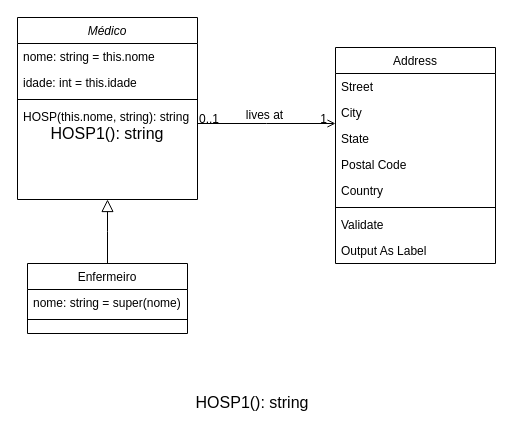
This is Hospital Center.drawio from Italo-SS-95/Grau-T-cnico-INF-07, a draw.io file, before an edit. Source tidied: cells renumbered, new cells numbered last; positions are measured from the earlier drawing's top-left corner, leaving out a move shared by most shapes. Both pictures are drawn from the tidied source at 100%, with x=0, y=0 at pixel (17, 17).
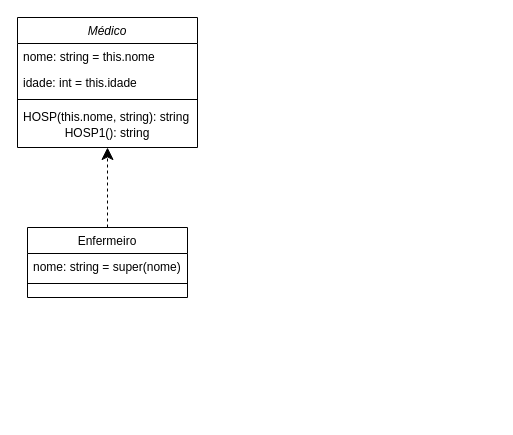
The same page after the edit.

The edit, as a diff of the source:
```diff
@@
     <mxCell id="2" value="Médico" style="swimlane;fontStyle=2;align=center;verticalAlign=top;horizontal=1;startSize=26;rounded=0;shadow=0;strokeWidth=1;" parent="1" vertex="1">
-      <mxGeometry width="180" height="182" as="geometry" />
+      <mxGeometry width="180" height="130" as="geometry" />
     </mxCell>
@@
-    <mxCell id="7" value="HOSP1(): string" style="text;strokeColor=none;align=center;fillColor=none;html=1;verticalAlign=middle;whiteSpace=wrap;rounded=0;fontSize=16;" parent="2" vertex="1">
+    <mxCell id="7" value="HOSP1(): string" style="text;strokeColor=none;align=center;fillColor=none;html=1;verticalAlign=middle;whiteSpace=wrap;rounded=0;" parent="2" vertex="1">
       <mxGeometry y="112" width="180" height="8" as="geometry" />
     </mxCell>
     <mxCell id="8" value="Enfermeiro" style="swimlane;fontStyle=0;align=center;verticalAlign=top;horizontal=1;startSize=26;rounded=0;shadow=0;strokeWidth=1;" parent="1" vertex="1">
-      <mxGeometry x="10" y="246" width="160" height="70" as="geometry" />
+      <mxGeometry x="10" y="210" width="160" height="70" as="geometry" />
     </mxCell>
@@
-    <mxCell id="11" style="endArrow=block;endSize=10;endFill=0;shadow=0;strokeWidth=1;rounded=0;edgeStyle=elbowEdgeStyle;elbow=vertical;" parent="1" edge="1" source="8" target="2">
+    <mxCell id="11" style="endArrow=classic;endSize=10;endFill=1;shadow=0;strokeWidth=1;rounded=0;edgeStyle=elbowEdgeStyle;elbow=vertical;dashed=1;" parent="1" edge="1" source="8" target="2">
       <mxGeometry relative="1" as="geometry" />
     </mxCell>
-    <mxCell id="12" value="Address" style="swimlane;fontStyle=0;align=center;verticalAlign=top;horizontal=1;startSize=26;rounded=0;shadow=0;strokeWidth=1;" parent="1" vertex="1">
-      <mxGeometry x="318" y="30" width="160" height="216" as="geometry" />
-    </mxCell>
-    <mxCell id="13" value="Street" style="text;align=left;verticalAlign=top;spacingLeft=4;spacingRight=4;overflow=hidden;" parent="12" vertex="1">
-      <mxGeometry y="26" width="160" height="26" as="geometry" />
-    </mxCell>
-    <mxCell id="14" value="City" style="text;align=left;verticalAlign=top;spacingLeft=4;spacingRight=4;overflow=hidden;rounded=0;shadow=0;html=0;" parent="12" vertex="1">
-      <mxGeometry y="52" width="160" height="26" as="geometry" />
-    </mxCell>
-    <mxCell id="15" value="State" style="text;align=left;verticalAlign=top;spacingLeft=4;spacingRight=4;overflow=hidden;rounded=0;shadow=0;html=0;" parent="12" vertex="1">
-      <mxGeometry y="78" width="160" height="26" as="geometry" />
-    </mxCell>
-    <mxCell id="16" value="Postal Code" style="text;align=left;verticalAlign=top;spacingLeft=4;spacingRight=4;overflow=hidden;rounded=0;shadow=0;html=0;" parent="12" vertex="1">
-      <mxGeometry y="104" width="160" height="26" as="geometry" />
-    </mxCell>
-    <mxCell id="17" value="Country" style="text;align=left;verticalAlign=top;spacingLeft=4;spacingRight=4;overflow=hidden;rounded=0;shadow=0;html=0;" parent="12" vertex="1">
-      <mxGeometry y="130" width="160" height="26" as="geometry" />
-    </mxCell>
-    <mxCell id="18" style="line;html=1;strokeWidth=1;align=left;verticalAlign=middle;spacingTop=-1;spacingLeft=3;spacingRight=3;labelPosition=right;" parent="12" vertex="1">
-      <mxGeometry y="156" width="160" height="8" as="geometry" />
-    </mxCell>
-    <mxCell id="19" value="Validate" style="text;align=left;verticalAlign=top;spacingLeft=4;spacingRight=4;overflow=hidden;" parent="12" vertex="1">
-      <mxGeometry y="164" width="160" height="26" as="geometry" />
-    </mxCell>
-    <mxCell id="20" value="Output As Label" style="text;align=left;verticalAlign=top;spacingLeft=4;spacingRight=4;overflow=hidden;" parent="12" vertex="1">
-      <mxGeometry y="190" width="160" height="26" as="geometry" />
-    </mxCell>
-    <mxCell id="21" style="endArrow=open;shadow=0;strokeWidth=1;rounded=0;endFill=1;edgeStyle=elbowEdgeStyle;elbow=vertical;" parent="1" edge="1" source="2" target="12">
-      <mxGeometry x="0.5" y="41" relative="1" as="geometry">
-        <mxPoint x="-40" y="32" as="offset" />
-      </mxGeometry>
-    </mxCell>
-    <mxCell id="22" value="0..1" style="align=left;verticalAlign=bottom;labelBackgroundColor=none;fontSize=12;" parent="21" vertex="1">
-      <mxGeometry x="-1" relative="1" as="geometry">
-        <mxPoint y="4" as="offset" />
-      </mxGeometry>
-    </mxCell>
-    <mxCell id="23" value="1" style="align=right;verticalAlign=bottom;labelBackgroundColor=none;fontSize=12;" parent="21" vertex="1">
-      <mxGeometry x="1" relative="1" as="geometry">
-        <mxPoint x="-7" y="4" as="offset" />
-      </mxGeometry>
-    </mxCell>
-    <mxCell id="24" value="lives at" style="text;html=1;align=center;verticalAlign=middle;labelBackgroundColor=none;rounded=0;shadow=0;strokeWidth=1;fontSize=12;" parent="21" vertex="1">
-      <mxGeometry x="0.5" y="49" relative="1" as="geometry">
-        <mxPoint x="-38" y="40" as="offset" />
-      </mxGeometry>
-    </mxCell>
-    <mxCell id="25" value="HOSP1(): string" style="text;strokeColor=none;align=center;fillColor=none;html=1;verticalAlign=middle;whiteSpace=wrap;rounded=0;fontSize=16;" parent="1" vertex="1">
-      <mxGeometry x="170" y="370" width="130" height="30" as="geometry" />
-    </mxCell>
```
